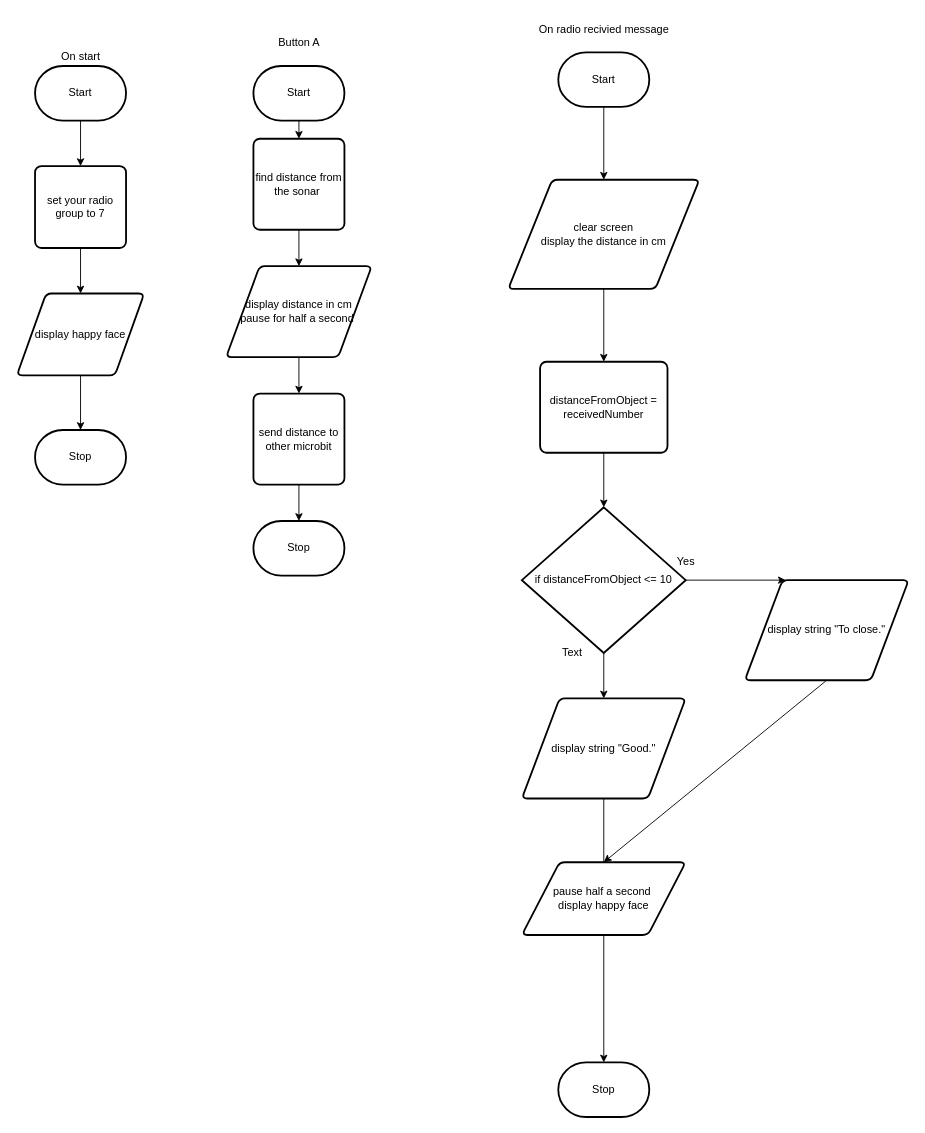
Above: design/flowchart.drawio in MTHS-TEJ2O-1-2023/TEJ2O-Unit-2-16-michael-bruneau (draw.io), before the change. Source tidied: cells renumbered, new cells numbered last; positions are measured from the earlier drawing's top-left corner, leaving out a move shared by most shapes. Both pictures are drawn from the tidied source at 91%, with x=0, y=0 at pixel (16, 15).
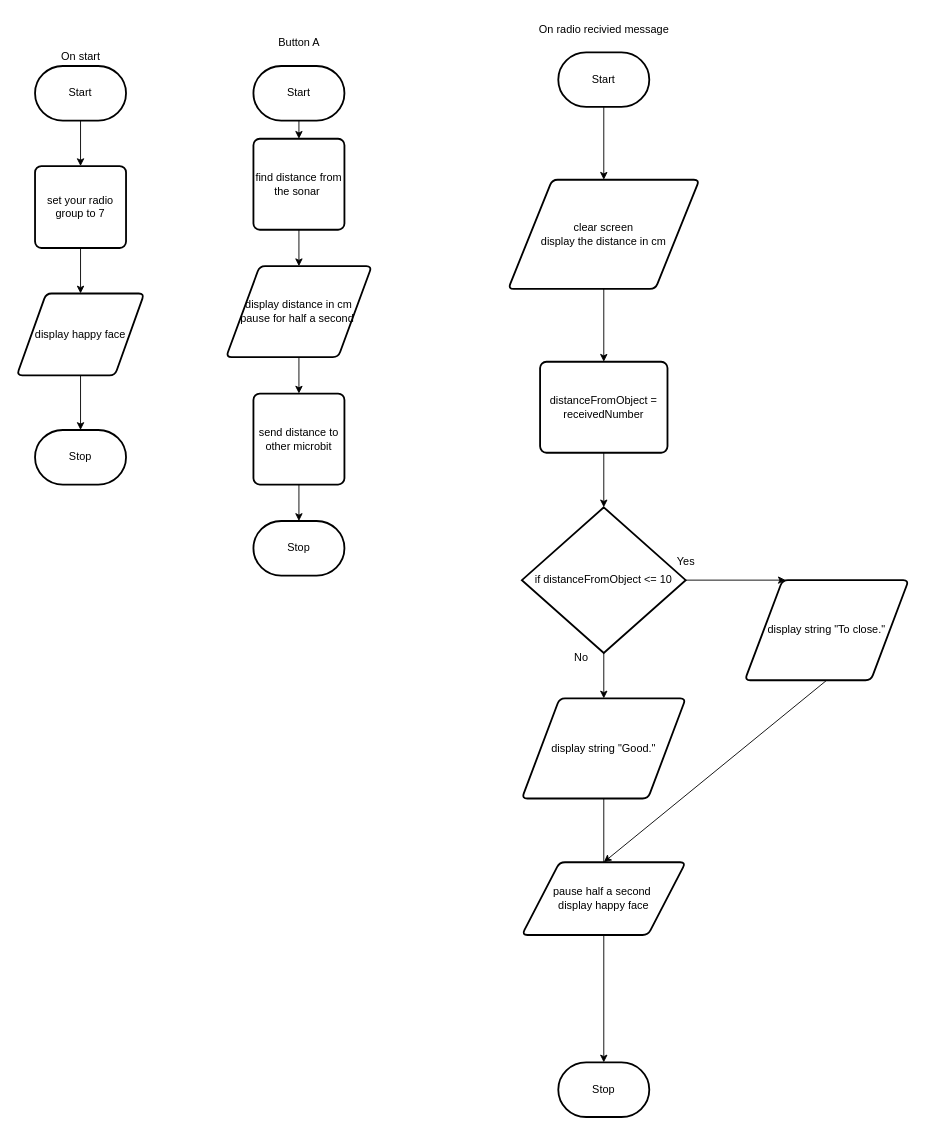
The same diagram, later.

Diff of the diagram source:
```diff
@@
-    <mxCell id="38" value="Text" style="text;html=1;align=center;verticalAlign=middle;strokeColor=none;fillColor=none;" parent="1" vertex="1">
-      <mxGeometry x="585" y="685" width="50" height="30" as="geometry" />
+    <mxCell id="38" value="No" style="text;html=1;align=center;verticalAlign=middle;strokeColor=none;fillColor=none;" parent="1" vertex="1">
+      <mxGeometry x="600" y="690" width="40" height="30" as="geometry" />
     </mxCell>
```
